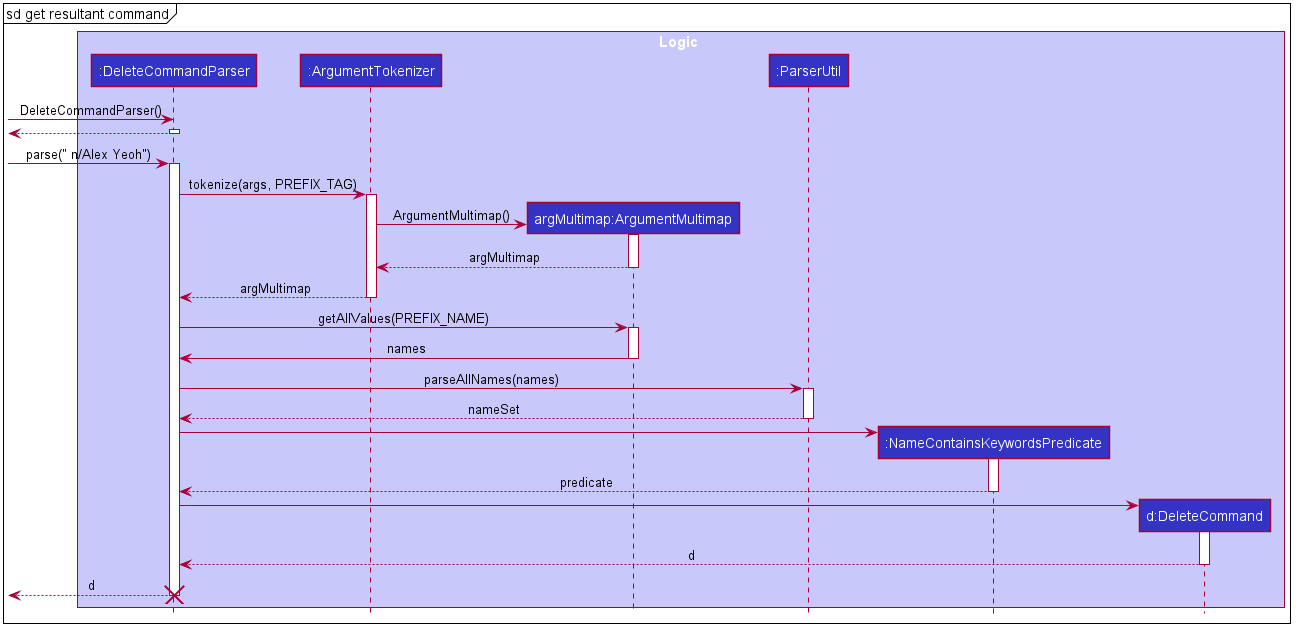
This is docs/images/GetDeleteCommandSequenceDiagram.png from nus-cs2103-AY2021S1/tp, a PlantUML export, as it was before one commit.
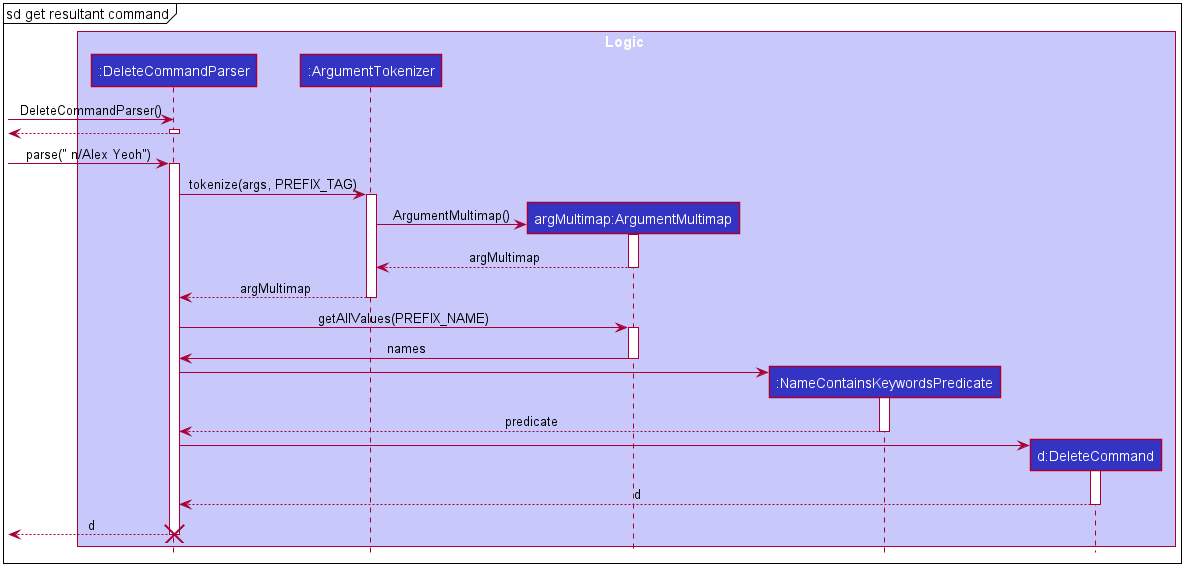
After the change.

Commit message:
Modify sequence diagrams to be less wide

Diff of the diagram source:
```diff
@@ -53,7 +53,6 @@
 participant ":DeleteCommandParser" as DeleteCommandParser #3333C4
 participant ":ArgumentTokenizer" as ArgumentTokenizer #3333C4
 participant "argMultimap:ArgumentMultimap" as ArgumentMultimap #3333C4
-participant ":ParserUtil" as ParserUtil #3333C4
 participant ":NameContainsKeywordsPredicate" as NameContainsKeywordsPredicate #3333C4
 participant "d:DeleteCommand" as DeleteCommand #3333C4
 end box
@@ -87,12 +86,6 @@
 ArgumentMultimap -> DeleteCommandParser : names
 deactivate ArgumentMultimap
 
-DeleteCommandParser -> ParserUtil : parseAllNames(names)
-activate ParserUtil
-
-ParserUtil --> DeleteCommandParser : nameSet
-deactivate ParserUtil
-
 create NameContainsKeywordsPredicate
 DeleteCommandParser -> NameContainsKeywordsPredicate
 activate NameContainsKeywordsPredicate
```
